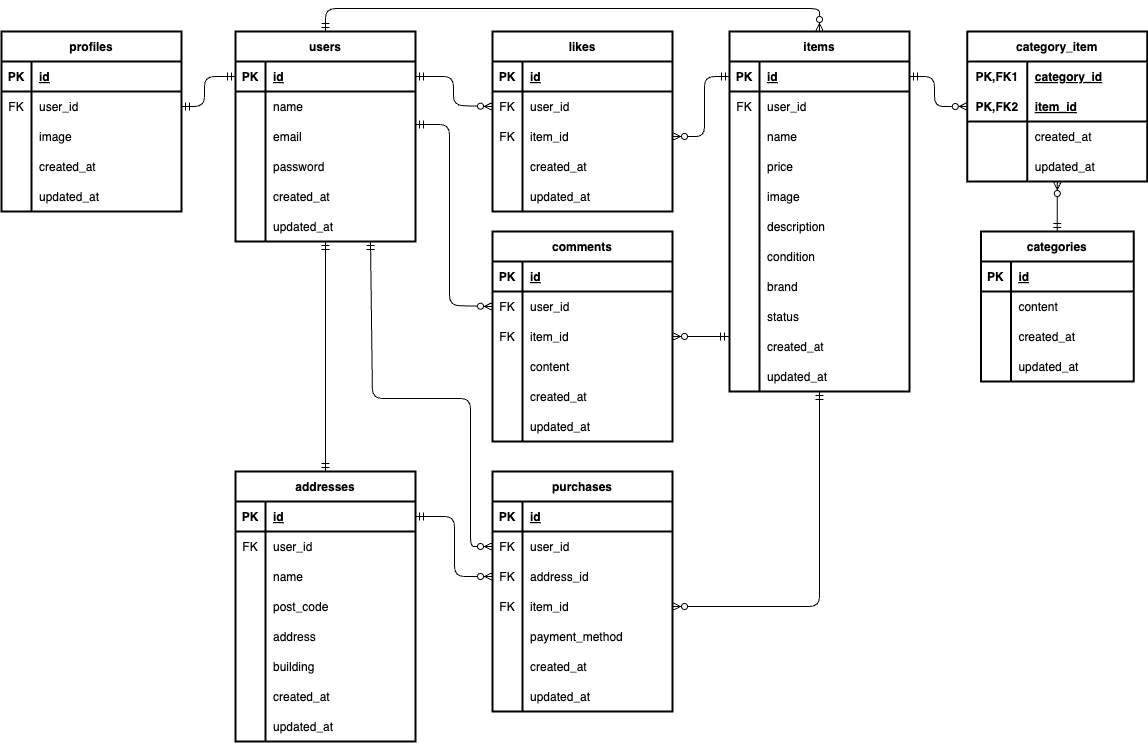
This is erd.png from tkdisk49/flea-market, a draw.io export, as it was before one commit. Source tidied: cells renumbered, new cells last; positions are measured from the earlier drawing's top-left corner, leaving out a move shared by most shapes.
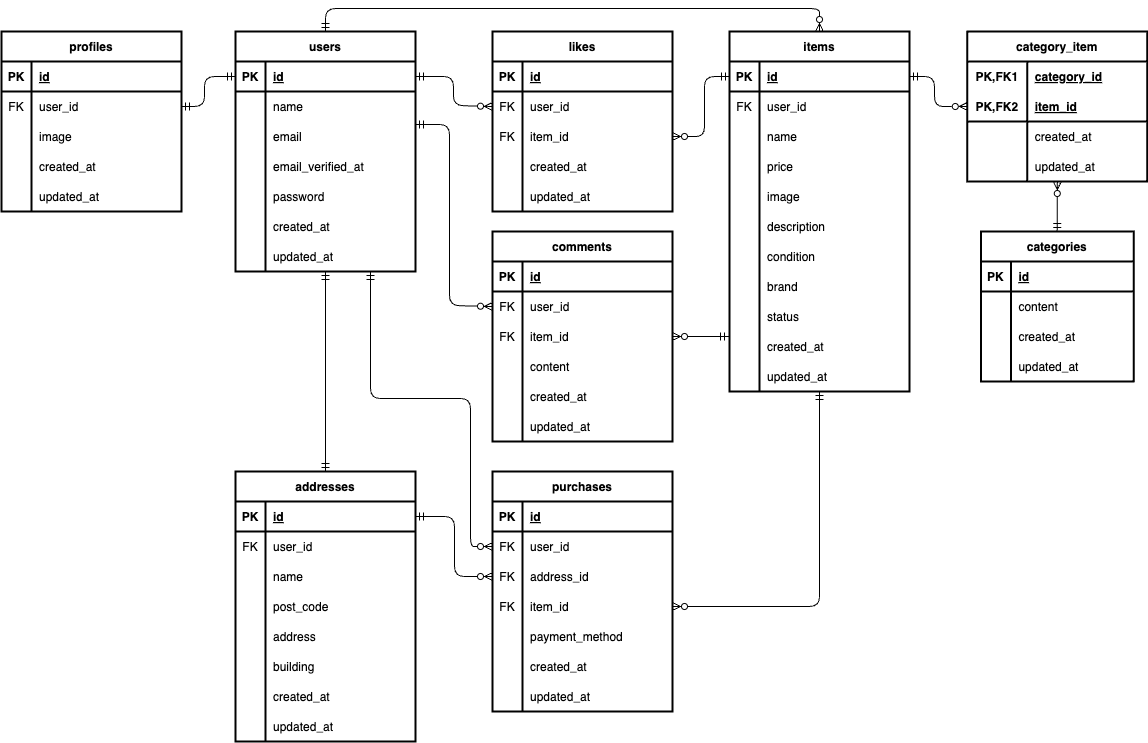
Above is the later version.

The edit, as a diff of the source:
```diff
@@ -17,14 +17,14 @@
     <mxCell id="4" style="edgeStyle=none;shape=connector;rounded=1;html=1;exitX=0.75;exitY=1;exitDx=0;exitDy=0;strokeColor=default;align=center;verticalAlign=middle;fontFamily=Helvetica;fontSize=11;fontColor=default;labelBackgroundColor=default;startArrow=ERmandOne;startFill=0;endArrow=ERzeroToMany;endFill=0;entryX=0;entryY=0.5;entryDx=0;entryDy=0;" parent="1" edge="1" source="5" target="114">
       <mxGeometry relative="1" as="geometry">
         <Array as="points">
-          <mxPoint x="371" y="390" />
+          <mxPoint x="369" y="390" />
           <mxPoint x="469" y="390" />
           <mxPoint x="469" y="538" />
         </Array>
       </mxGeometry>
     </mxCell>
     <mxCell id="5" value="users" style="shape=table;startSize=30;rowLines=0;fontStyle=1;align=center;strokeColor=#000000;fillColor=none;fontColor=#000000;strokeWidth=2;" parent="1" vertex="1">
-      <mxGeometry x="234" y="23" width="180" height="210" as="geometry" />
+      <mxGeometry x="234" y="23" width="180" height="240" as="geometry" />
     </mxCell>
     <mxCell id="6" style="shape=tableRow;horizontal=0;startSize=0;swimlaneHead=0;swimlaneBody=0;fillColor=none;points=[[0,0.5],[1,0.5]];portConstraint=eastwest;top=0;left=0;right=0;bottom=1;strokeColor=#000000;fontColor=#000000;strokeWidth=2;" parent="5" vertex="1">
       <mxGeometry y="30" width="180" height="30" as="geometry" />
@@ -53,8 +53,17 @@
     <mxCell id="14" value="email" style="shape=partialRectangle;fillColor=none;top=0;left=0;bottom=0;right=0;align=left;spacingLeft=6;overflow=hidden;strokeColor=#000000;fontColor=#000000;strokeWidth=2;" parent="12" vertex="1">
       <mxGeometry x="30" width="150" height="30" as="geometry" />
     </mxCell>
+    <mxCell id="191" style="shape=tableRow;horizontal=0;startSize=0;swimlaneHead=0;swimlaneBody=0;fillColor=none;top=0;left=0;right=0;bottom=0;" parent="5" vertex="1">
+      <mxGeometry y="120" width="180" height="30" as="geometry" />
+    </mxCell>
+    <mxCell id="192" style="shape=partialRectangle;fillColor=none;top=0;left=0;bottom=0;right=0;overflow=hidden;" parent="191" vertex="1">
+      <mxGeometry width="30" height="30" as="geometry" />
+    </mxCell>
+    <mxCell id="193" value="email_verified_at" style="shape=partialRectangle;fillColor=none;top=0;left=0;bottom=0;right=0;align=left;spacingLeft=6;overflow=hidden;" parent="191" vertex="1">
+      <mxGeometry x="30" width="150" height="30" as="geometry" />
+    </mxCell>
     <mxCell id="15" style="shape=tableRow;horizontal=0;startSize=0;swimlaneHead=0;swimlaneBody=0;fillColor=none;top=0;left=0;right=0;bottom=0;strokeColor=#000000;fontColor=#000000;strokeWidth=2;" parent="5" vertex="1">
-      <mxGeometry y="120" width="180" height="30" as="geometry" />
+      <mxGeometry y="150" width="180" height="30" as="geometry" />
     </mxCell>
     <mxCell id="16" style="shape=partialRectangle;fillColor=none;top=0;left=0;bottom=0;right=0;overflow=hidden;strokeColor=#000000;fontColor=#000000;strokeWidth=2;" parent="15" vertex="1">
       <mxGeometry width="30" height="30" as="geometry" />
@@ -63,7 +72,7 @@
       <mxGeometry x="30" width="150" height="30" as="geometry" />
     </mxCell>
     <mxCell id="18" style="shape=tableRow;horizontal=0;startSize=0;swimlaneHead=0;swimlaneBody=0;fillColor=none;top=0;left=0;right=0;bottom=0;strokeColor=#000000;fontColor=#000000;strokeWidth=2;" parent="5" vertex="1">
-      <mxGeometry y="150" width="180" height="30" as="geometry" />
+      <mxGeometry y="180" width="180" height="30" as="geometry" />
     </mxCell>
     <mxCell id="19" style="shape=partialRectangle;fillColor=none;top=0;left=0;bottom=0;right=0;overflow=hidden;strokeColor=#000000;fontColor=#000000;strokeWidth=2;" parent="18" vertex="1">
       <mxGeometry width="30" height="30" as="geometry" />
@@ -72,7 +81,7 @@
       <mxGeometry x="30" width="150" height="30" as="geometry" />
     </mxCell>
     <mxCell id="21" style="shape=tableRow;horizontal=0;startSize=0;swimlaneHead=0;swimlaneBody=0;fillColor=none;top=0;left=0;right=0;bottom=0;strokeColor=#000000;fontColor=#000000;strokeWidth=2;" parent="5" vertex="1">
-      <mxGeometry y="180" width="180" height="30" as="geometry" />
+      <mxGeometry y="210" width="180" height="30" as="geometry" />
     </mxCell>
     <mxCell id="22" style="shape=partialRectangle;fillColor=none;top=0;left=0;bottom=0;right=0;overflow=hidden;strokeColor=#000000;fontColor=#000000;strokeWidth=2;" parent="21" vertex="1">
       <mxGeometry width="30" height="30" as="geometry" />
```
